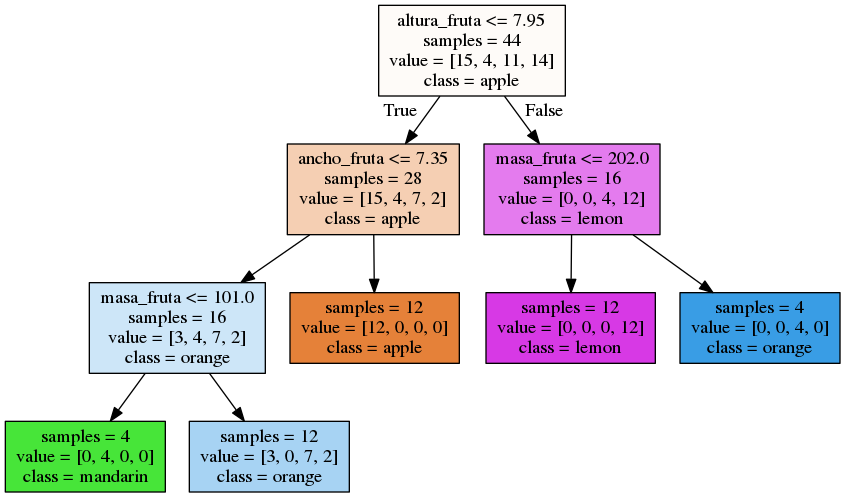
Above: simple_tree.png in ericksc/Machine_Learning_TEC (Graphviz), before the change. Its source is kept beside it as simple_tree.dot.
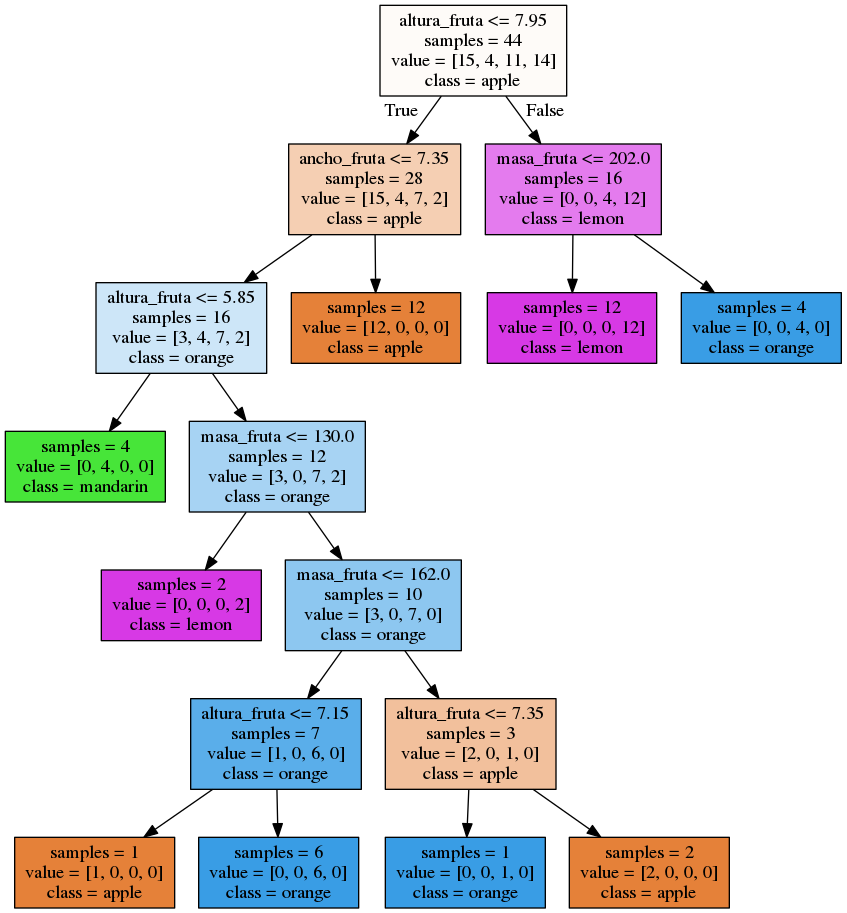
The same file after the commit.

Change to the diagram source:
```diff
@@ -3,18 +3,34 @@
 0 [label="altura_fruta <= 7.95\nsamples = 44\nvalue = [15, 4, 11, 14]\nclass = apple", fillcolor="#e5813908"] ;
 1 [label="ancho_fruta <= 7.35\nsamples = 28\nvalue = [15, 4, 7, 2]\nclass = apple", fillcolor="#e5813961"] ;
 0 -> 1 [labeldistance=2.5, labelangle=45, headlabel="True"] ;
-2 [label="masa_fruta <= 101.0\nsamples = 16\nvalue = [3, 4, 7, 2]\nclass = orange", fillcolor="#399de540"] ;
+2 [label="altura_fruta <= 5.85\nsamples = 16\nvalue = [3, 4, 7, 2]\nclass = orange", fillcolor="#399de540"] ;
 1 -> 2 ;
 3 [label="samples = 4\nvalue = [0, 4, 0, 0]\nclass = mandarin", fillcolor="#47e539ff"] ;
 2 -> 3 ;
-4 [label="samples = 12\nvalue = [3, 0, 7, 2]\nclass = orange", fillcolor="#399de571"] ;
+4 [label="masa_fruta <= 130.0\nsamples = 12\nvalue = [3, 0, 7, 2]\nclass = orange", fillcolor="#399de571"] ;
 2 -> 4 ;
-5 [label="samples = 12\nvalue = [12, 0, 0, 0]\nclass = apple", fillcolor="#e58139ff"] ;
-1 -> 5 ;
-6 [label="masa_fruta <= 202.0\nsamples = 16\nvalue = [0, 0, 4, 12]\nclass = lemon", fillcolor="#d739e5aa"] ;
-0 -> 6 [labeldistance=2.5, labelangle=-45, headlabel="False"] ;
-7 [label="samples = 12\nvalue = [0, 0, 0, 12]\nclass = lemon", fillcolor="#d739e5ff"] ;
+5 [label="samples = 2\nvalue = [0, 0, 0, 2]\nclass = lemon", fillcolor="#d739e5ff"] ;
+4 -> 5 ;
+6 [label="masa_fruta <= 162.0\nsamples = 10\nvalue = [3, 0, 7, 0]\nclass = orange", fillcolor="#399de592"] ;
+4 -> 6 ;
+7 [label="altura_fruta <= 7.15\nsamples = 7\nvalue = [1, 0, 6, 0]\nclass = orange", fillcolor="#399de5d4"] ;
 6 -> 7 ;
-8 [label="samples = 4\nvalue = [0, 0, 4, 0]\nclass = orange", fillcolor="#399de5ff"] ;
-6 -> 8 ;
+8 [label="samples = 1\nvalue = [1, 0, 0, 0]\nclass = apple", fillcolor="#e58139ff"] ;
+7 -> 8 ;
+9 [label="samples = 6\nvalue = [0, 0, 6, 0]\nclass = orange", fillcolor="#399de5ff"] ;
+7 -> 9 ;
+10 [label="altura_fruta <= 7.35\nsamples = 3\nvalue = [2, 0, 1, 0]\nclass = apple", fillcolor="#e581397f"] ;
+6 -> 10 ;
+11 [label="samples = 1\nvalue = [0, 0, 1, 0]\nclass = orange", fillcolor="#399de5ff"] ;
+10 -> 11 ;
+12 [label="samples = 2\nvalue = [2, 0, 0, 0]\nclass = apple", fillcolor="#e58139ff"] ;
+10 -> 12 ;
+13 [label="samples = 12\nvalue = [12, 0, 0, 0]\nclass = apple", fillcolor="#e58139ff"] ;
+1 -> 13 ;
+14 [label="masa_fruta <= 202.0\nsamples = 16\nvalue = [0, 0, 4, 12]\nclass = lemon", fillcolor="#d739e5aa"] ;
+0 -> 14 [labeldistance=2.5, labelangle=-45, headlabel="False"] ;
+15 [label="samples = 12\nvalue = [0, 0, 0, 12]\nclass = lemon", fillcolor="#d739e5ff"] ;
+14 -> 15 ;
+16 [label="samples = 4\nvalue = [0, 0, 4, 0]\nclass = orange", fillcolor="#399de5ff"] ;
+14 -> 16 ;
 }
```
